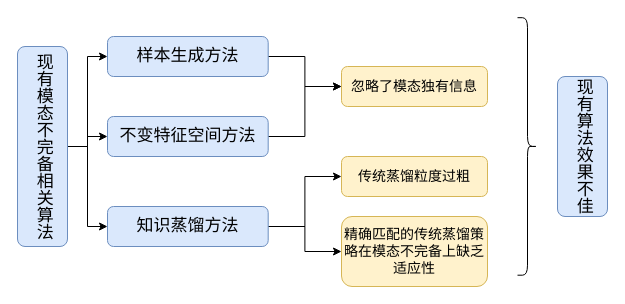
Above: 2-4现有算法效果不佳.drawio in Losh-shi/graduate_map (draw.io), before the change. Source tidied: cells renumbered, new cells numbered last; positions are measured from the earlier drawing's top-left corner, leaving out a move shared by most shapes. Both pictures are drawn from the tidied source at 100%, with x=0, y=0 at pixel (17, 17).
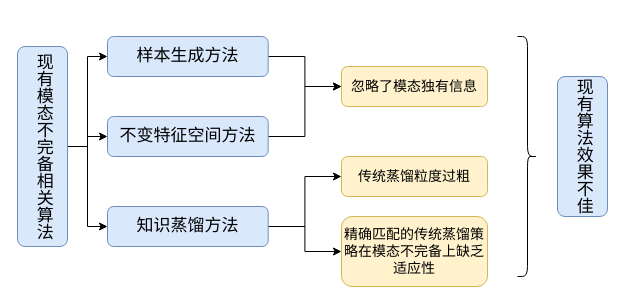
The same page after the edit.

Commit message:
更新2-4现有算法效果不佳.drawio

The edit, as a diff of the source:
```diff
@@
 <mxGraphModel background="#ffffff">
   <root>
     <mxCell id="0" />
     <mxCell id="1" parent="0" />
     <mxCell id="2" style="edgeStyle=orthogonalEdgeStyle;rounded=0;jettySize=auto;html=1;entryX=0;entryY=0.5;entryDx=0;entryDy=0;" parent="1" edge="1" source="5" target="7">
       <mxGeometry relative="1" as="geometry" />
     </mxCell>
     <mxCell id="3" style="edgeStyle=orthogonalEdgeStyle;rounded=0;jettySize=auto;html=1;entryX=0;entryY=0.5;entryDx=0;entryDy=0;" parent="1" edge="1" source="5" target="9">
       <mxGeometry relative="1" as="geometry" />
     </mxCell>
     <mxCell id="4" style="edgeStyle=orthogonalEdgeStyle;rounded=0;jettySize=auto;html=1;entryX=0;entryY=0.5;entryDx=0;entryDy=0;" parent="1" edge="1" source="5" target="12">
       <mxGeometry relative="1" as="geometry" />
     </mxCell>
     <mxCell id="5" value="&lt;font style=&quot;font-size: 17px;&quot; face=&quot;宋体&quot;&gt;现有模态不完备相关算法&lt;/font&gt;" style="rounded=1;whiteSpace=wrap;html=1;fillColor=#dae8fc;strokeColor=#6c8ebf;direction=south;textDirection=vertical-lr;" parent="1" vertex="1">
       <mxGeometry y="29" width="50" height="200" as="geometry" />
     </mxCell>
     <mxCell id="6" style="edgeStyle=orthogonalEdgeStyle;rounded=0;jettySize=auto;html=1;entryX=0;entryY=0.5;entryDx=0;entryDy=0;" parent="1" edge="1" source="7" target="13">
       <mxGeometry relative="1" as="geometry" />
     </mxCell>
     <mxCell id="7" value="&lt;font style=&quot;font-size: 17px;&quot; face=&quot;宋体&quot;&gt;样本生成方法&lt;/font&gt;" style="rounded=1;whiteSpace=wrap;html=1;fillColor=#dae8fc;strokeColor=#6c8ebf;" parent="1" vertex="1">
       <mxGeometry x="90" y="19" width="160.7" height="40" as="geometry" />
     </mxCell>
     <mxCell id="8" style="edgeStyle=orthogonalEdgeStyle;rounded=0;jettySize=auto;html=1;entryX=0;entryY=0.5;entryDx=0;entryDy=0;" parent="1" edge="1" source="9" target="13">
       <mxGeometry relative="1" as="geometry" />
     </mxCell>
     <mxCell id="9" value="&lt;span style=&quot;line-height: 150%;&quot;&gt;&lt;font style=&quot;font-size: 17px;&quot; face=&quot;宋体&quot;&gt;不变特征空间方法&lt;/font&gt;&lt;/span&gt;" style="rounded=1;whiteSpace=wrap;html=1;fillColor=#dae8fc;strokeColor=#6c8ebf;" parent="1" vertex="1">
       <mxGeometry x="90" y="99" width="160.7" height="40" as="geometry" />
     </mxCell>
     <mxCell id="10" style="edgeStyle=orthogonalEdgeStyle;rounded=0;jettySize=auto;html=1;entryX=0;entryY=0.5;entryDx=0;entryDy=0;" parent="1" edge="1" source="12" target="15">
       <mxGeometry relative="1" as="geometry" />
     </mxCell>
     <mxCell id="11" style="edgeStyle=orthogonalEdgeStyle;rounded=0;jettySize=auto;html=1;entryX=0;entryY=0.5;entryDx=0;entryDy=0;" parent="1" edge="1" source="12" target="16">
       <mxGeometry relative="1" as="geometry" />
     </mxCell>
     <mxCell id="12" value="&lt;font style=&quot;font-size: 17px;&quot; face=&quot;宋体&quot;&gt;知识蒸馏方法&lt;/font&gt;" style="rounded=1;whiteSpace=wrap;html=1;fillColor=#dae8fc;strokeColor=#6c8ebf;" parent="1" vertex="1">
       <mxGeometry x="90" y="189" width="160.7" height="40" as="geometry" />
     </mxCell>
     <mxCell id="13" value="&lt;font face=&quot;宋体&quot;&gt;&lt;span style=&quot;font-size: 14px;&quot;&gt;忽略了模态独有信息&lt;/span&gt;&lt;/font&gt;" style="rounded=1;whiteSpace=wrap;html=1;fillColor=#fff2cc;strokeColor=#d6b656;" parent="1" vertex="1">
       <mxGeometry x="324" y="49" width="146" height="40" as="geometry" />
     </mxCell>
     <mxCell id="14" style="edgeStyle=orthogonalEdgeStyle;rounded=0;orthogonalLoop=1;jettySize=auto;html=1;exitX=0.5;exitY=1;exitDx=0;exitDy=0;" parent="1" edge="1" source="13" target="13">
       <mxGeometry relative="1" as="geometry" />
     </mxCell>
     <mxCell id="15" value="&lt;font face=&quot;宋体&quot;&gt;&lt;span style=&quot;font-size: 14px;&quot;&gt;传统蒸馏粒度过粗&lt;/span&gt;&lt;/font&gt;" style="rounded=1;whiteSpace=wrap;html=1;fillColor=#fff2cc;strokeColor=#d6b656;" parent="1" vertex="1">
       <mxGeometry x="324" y="139" width="146" height="40" as="geometry" />
     </mxCell>
     <mxCell id="16" value="&lt;font face=&quot;宋体&quot;&gt;&lt;span style=&quot;font-size: 14px;&quot;&gt;精确匹配的传统蒸馏策略在模态不完备上缺乏适应性&lt;/span&gt;&lt;/font&gt;" style="rounded=1;whiteSpace=wrap;html=1;fillColor=#fff2cc;strokeColor=#d6b656;" parent="1" vertex="1">
       <mxGeometry x="324" y="199" width="146" height="70" as="geometry" />
     </mxCell>
     <mxCell id="17" value="&lt;font style=&quot;font-size: 17px;&quot; face=&quot;宋体&quot;&gt;现有算法效果不佳&lt;/font&gt;" style="rounded=1;whiteSpace=wrap;html=1;fillColor=#dae8fc;strokeColor=#6c8ebf;direction=south;textDirection=vertical-lr;" parent="1" vertex="1">
       <mxGeometry x="540" y="59" width="50" height="140" as="geometry" />
     </mxCell>
-    <mxCell id="18" style="shape=curlyBracket;whiteSpace=wrap;html=1;rounded=1;flipH=1;labelPosition=right;verticalLabelPosition=middle;align=left;verticalAlign=middle;" parent="1" vertex="1">
-      <mxGeometry x="500" y="0.2" width="20" height="257.5" as="geometry" />
+    <mxCell id="18" style="shape=curlyBracket;whiteSpace=wrap;html=1;rounded=1;flipH=1;labelPosition=right;verticalLabelPosition=middle;align=left;verticalAlign=middle;size=0.5;" parent="1" vertex="1">
+      <mxGeometry x="500" y="19" width="20" height="240" as="geometry" />
     </mxCell>
   </root>
 </mxGraphModel>
```
